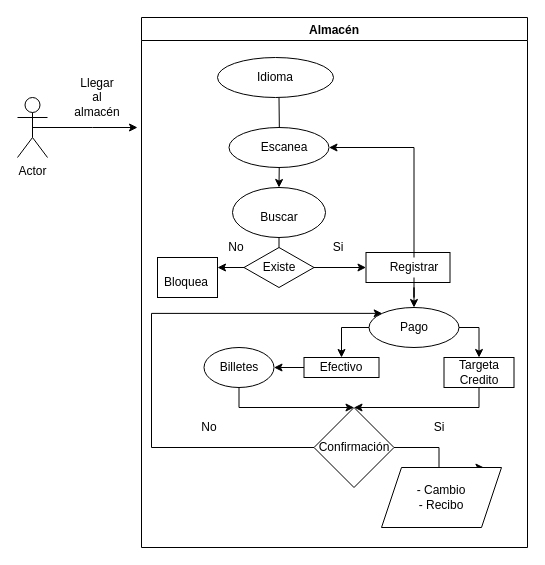
This is Almacen.drawio from BROC95/JavaExerciseMinTicUTP, a draw.io file, before an edit. Source tidied: cells renumbered, new cells numbered last; positions are measured from the earlier drawing's top-left corner, leaving out a move shared by most shapes. Both pictures are drawn from the tidied source at 100%, with x=0, y=0 at pixel (17, 17).
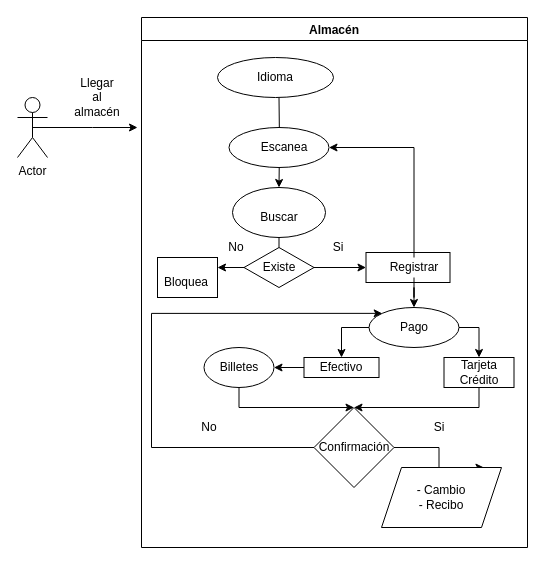
The same page after the edit.

Unchanged cells that the change refers to:
```xml
<mxCell id="4" value="Almacén" style="swimlane;" parent="1" vertex="1">
  <mxGeometry x="124" width="386" height="530" as="geometry" />
</mxCell>
```

Diff of the diagram source:
```diff
@@
-    <mxCell id="29" value="Targeta Credito" style="text;html=1;strokeColor=none;fillColor=none;align=center;verticalAlign=middle;whiteSpace=wrap;rounded=0;" parent="4" vertex="1">
+    <mxCell id="29" value="Tarjeta Crédito" style="text;html=1;strokeColor=none;fillColor=none;align=center;verticalAlign=middle;whiteSpace=wrap;rounded=0;" parent="4" vertex="1">
       <mxGeometry x="297.5" y="345" width="80" height="20" as="geometry" />
     </mxCell>
```
